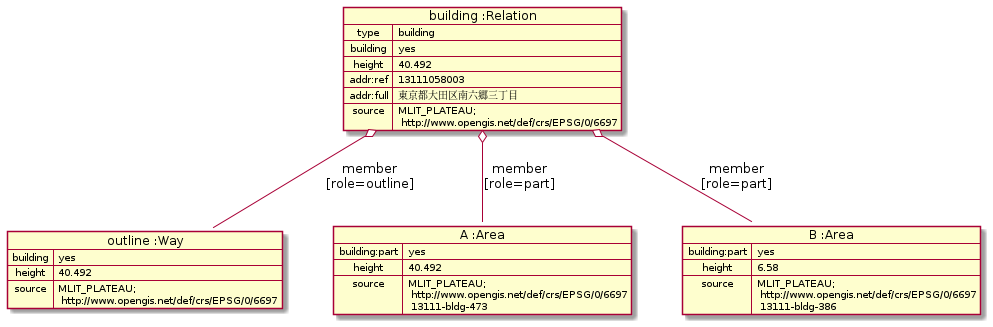
The PlantUML diagram doc/building/sample-c/osm.pu.png in yuuhayashi/citygml-osm, before a commit. Its diagram source:
```plantuml
@startuml
map "building :Relation" as building {
 type => building
 building => yes
 height => 40.492
 addr:ref => 13111058003
 addr:full => 東京都大田区南六郷三丁目
 source => MLIT_PLATEAU;\n http://www.opengis.net/def/crs/EPSG/0/6697
}

map "outline :Way" as outline {
 building => yes
 height => 40.492
 source => MLIT_PLATEAU;\n http://www.opengis.net/def/crs/EPSG/0/6697
}
map "A :Area" as A {
 building:part => yes
 height => 40.492
 source => MLIT_PLATEAU;\n http://www.opengis.net/def/crs/EPSG/0/6697\n 13111-bldg-473
}
map "B :Area" as B {
 building:part => yes
 height => 6.58
 source => MLIT_PLATEAU;\n http://www.opengis.net/def/crs/EPSG/0/6697\n 13111-bldg-386
}

building o-- outline : member\n[role=outline]
building o-- A : member\n[role=part]
building o-- B : member\n[role=part]
@enduml
```
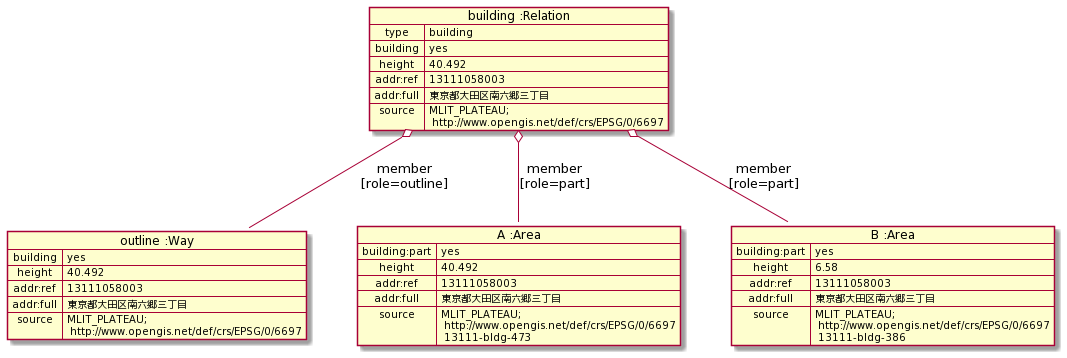
The same diagram one commit later.

Diff of the diagram source:
```diff
@@ -11,16 +11,24 @@
 map "outline :Way" as outline {
  building => yes
  height => 40.492
+ addr:ref => 13111058003
+ addr:full => 東京都大田区南六郷三丁目
  source => MLIT_PLATEAU;\n http://www.opengis.net/def/crs/EPSG/0/6697
 }
+
 map "A :Area" as A {
  building:part => yes
  height => 40.492
+ addr:ref => 13111058003
+ addr:full => 東京都大田区南六郷三丁目
  source => MLIT_PLATEAU;\n http://www.opengis.net/def/crs/EPSG/0/6697\n 13111-bldg-473
 }
+
 map "B :Area" as B {
  building:part => yes
  height => 6.58
+ addr:ref => 13111058003
+ addr:full => 東京都大田区南六郷三丁目
  source => MLIT_PLATEAU;\n http://www.opengis.net/def/crs/EPSG/0/6697\n 13111-bldg-386
 }
 
```
